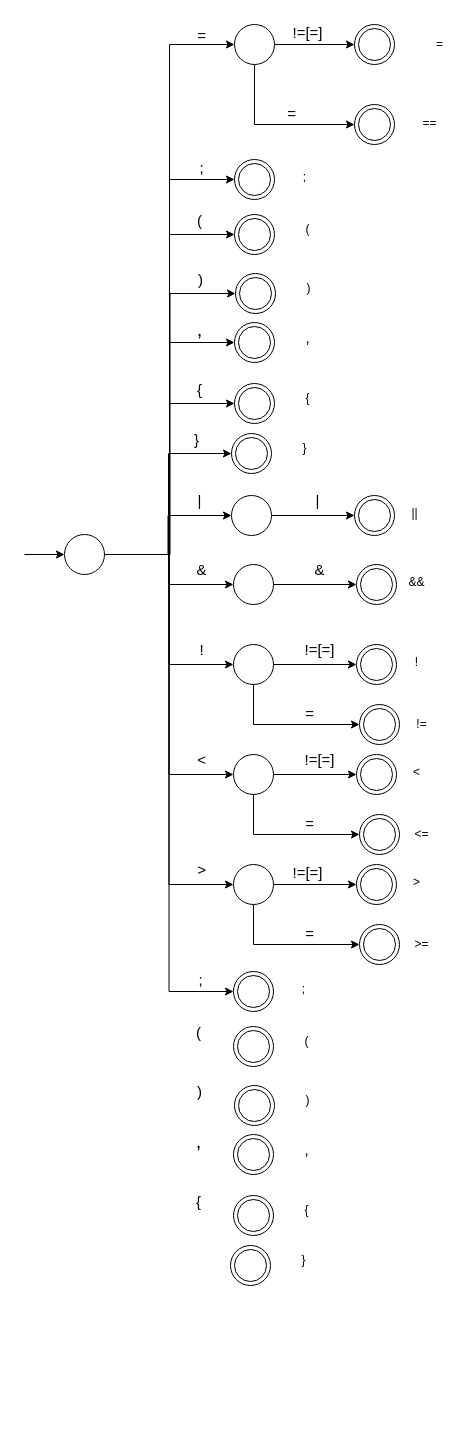
Earlier version of the draw.io diagram Documentos/AutomataLexico.drawio (AlejandroRdz29/Compiladores-AgoDic2025). Source tidied: cells renumbered, new cells numbered last; positions are measured from the earlier drawing's top-left corner, leaving out a move shared by most shapes. Both pictures are drawn from the tidied source at 100%, with x=0, y=0 at pixel (24, 17).
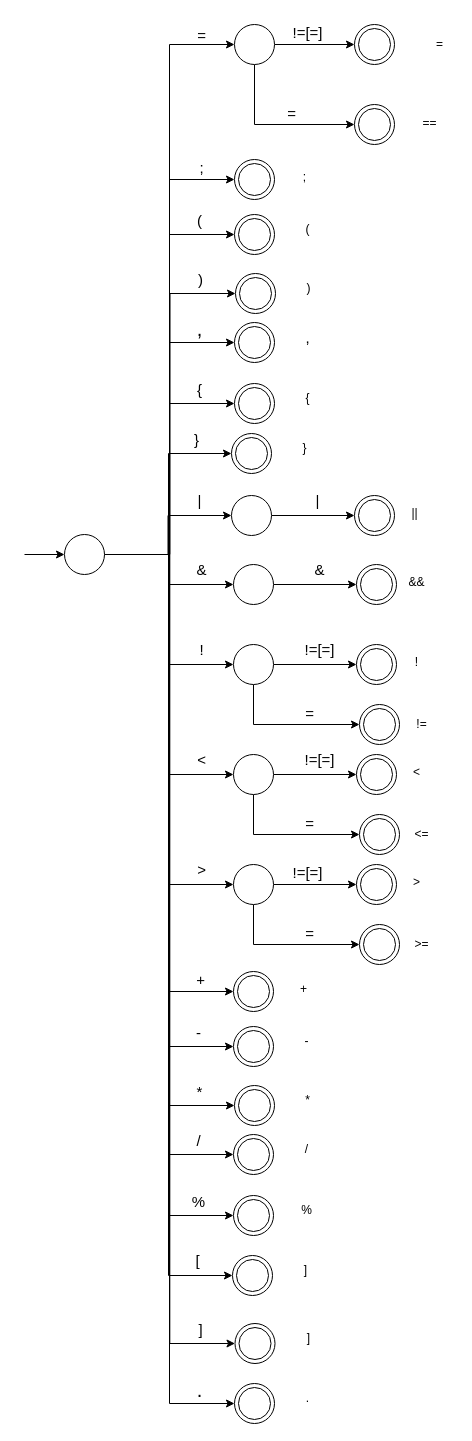
The same page after the edit.

Unchanged cells that the change refers to:
```xml
<mxCell id="15" style="shape=ellipse;html=1;dashed=0;whiteSpace=wrap;perimeter=ellipsePerimeter;" parent="1" vertex="1">
  <mxGeometry x="40" y="517" width="40" height="40" as="geometry" />
</mxCell>
<mxCell id="90" style="ellipse;shape=doubleEllipse;html=1;dashed=0;whiteSpace=wrap;" parent="1" vertex="1">
  <mxGeometry x="209" y="1009" width="40" height="40" as="geometry" />
</mxCell>
<mxCell id="93" style="ellipse;shape=doubleEllipse;html=1;dashed=0;whiteSpace=wrap;" parent="1" vertex="1">
  <mxGeometry x="210" y="1068" width="40" height="40" as="geometry" />
</mxCell>
<mxCell id="96" style="ellipse;shape=doubleEllipse;html=1;dashed=0;whiteSpace=wrap;" parent="1" vertex="1">
  <mxGeometry x="209" y="1117" width="40" height="40" as="geometry" />
</mxCell>
<mxCell id="99" style="ellipse;shape=doubleEllipse;html=1;dashed=0;whiteSpace=wrap;" parent="1" vertex="1">
  <mxGeometry x="209" y="1178" width="40" height="40" as="geometry" />
</mxCell>
```

Diff of the diagram source:
```diff
@@
+    <mxCell id="104" style="edgeStyle=orthogonalEdgeStyle;rounded=0;jettySize=auto;html=1;exitX=1;exitY=0.5;exitDx=0;exitDy=0;entryX=0;entryY=0.5;entryDx=0;entryDy=0;" parent="1" edge="1" source="15" target="90">
+      <mxGeometry relative="1" as="geometry" />
+    </mxCell>
+    <mxCell id="105" style="edgeStyle=orthogonalEdgeStyle;rounded=0;jettySize=auto;html=1;exitX=1;exitY=0.5;exitDx=0;exitDy=0;entryX=0;entryY=0.5;entryDx=0;entryDy=0;" parent="1" edge="1" source="15" target="93">
+      <mxGeometry relative="1" as="geometry" />
+    </mxCell>
+    <mxCell id="106" style="edgeStyle=orthogonalEdgeStyle;rounded=0;jettySize=auto;html=1;exitX=1;exitY=0.5;exitDx=0;exitDy=0;entryX=0;entryY=0.5;entryDx=0;entryDy=0;" parent="1" edge="1" source="15" target="96">
+      <mxGeometry relative="1" as="geometry" />
+    </mxCell>
+    <mxCell id="107" style="edgeStyle=orthogonalEdgeStyle;rounded=0;jettySize=auto;html=1;exitX=1;exitY=0.5;exitDx=0;exitDy=0;entryX=0;entryY=0.5;entryDx=0;entryDy=0;" parent="1" edge="1" source="15" target="99">
+      <mxGeometry relative="1" as="geometry" />
+    </mxCell>
+    <mxCell id="108" style="edgeStyle=orthogonalEdgeStyle;rounded=0;jettySize=auto;html=1;exitX=1;exitY=0.5;exitDx=0;exitDy=0;entryX=0;entryY=0.5;entryDx=0;entryDy=0;" parent="1" edge="1" source="15" target="102">
+      <mxGeometry relative="1" as="geometry" />
+    </mxCell>
+    <mxCell id="109" style="edgeStyle=orthogonalEdgeStyle;rounded=0;jettySize=auto;html=1;exitX=1;exitY=0.5;exitDx=0;exitDy=0;entryX=0;entryY=0.5;entryDx=0;entryDy=0;" parent="1" edge="1" source="15" target="112">
+      <mxGeometry relative="1" as="geometry" />
+    </mxCell>
+    <mxCell id="110" style="edgeStyle=orthogonalEdgeStyle;rounded=0;jettySize=auto;html=1;exitX=1;exitY=0.5;exitDx=0;exitDy=0;entryX=0;entryY=0.5;entryDx=0;entryDy=0;" parent="1" edge="1" source="15" target="115">
+      <mxGeometry relative="1" as="geometry" />
+    </mxCell>
@@
-    <mxCell id="88" value=";" style="text;html=1;align=center;verticalAlign=middle;strokeColor=none;fillColor=none;fontSize=15;" parent="1" vertex="1">
+    <mxCell id="88" value="+" style="text;html=1;align=center;verticalAlign=middle;strokeColor=none;fillColor=none;fontSize=15;" parent="1" vertex="1">
       <mxGeometry x="161" y="947" width="30" height="30" as="geometry" />
     </mxCell>
-    <mxCell id="89" value=";" style="text;html=1;align=center;verticalAlign=middle;strokeColor=none;fillColor=none;" parent="1" vertex="1">
+    <mxCell id="89" value="+" style="text;html=1;align=center;verticalAlign=middle;strokeColor=none;fillColor=none;" parent="1" vertex="1">
       <mxGeometry x="264" y="957" width="30" height="30" as="geometry" />
     </mxCell>
@@
-    <mxCell id="91" value="(" style="text;html=1;align=center;verticalAlign=middle;strokeColor=none;fillColor=none;" parent="1" vertex="1">
+    <mxCell id="91" value="-" style="text;html=1;align=center;verticalAlign=middle;strokeColor=none;fillColor=none;" parent="1" vertex="1">
       <mxGeometry x="267" y="1009" width="30" height="30" as="geometry" />
     </mxCell>
-    <mxCell id="92" value="(" style="text;html=1;align=center;verticalAlign=middle;strokeColor=none;fillColor=none;fontSize=15;" parent="1" vertex="1">
+    <mxCell id="92" value="-" style="text;html=1;align=center;verticalAlign=middle;strokeColor=none;fillColor=none;fontSize=15;" parent="1" vertex="1">
       <mxGeometry x="159" y="1000" width="30" height="30" as="geometry" />
     </mxCell>
@@
-    <mxCell id="94" value=")" style="text;html=1;align=center;verticalAlign=middle;strokeColor=none;fillColor=none;" parent="1" vertex="1">
+    <mxCell id="94" value="*" style="text;html=1;align=center;verticalAlign=middle;strokeColor=none;fillColor=none;" parent="1" vertex="1">
       <mxGeometry x="268" y="1068" width="30" height="30" as="geometry" />
     </mxCell>
-    <mxCell id="95" value=")" style="text;html=1;align=center;verticalAlign=middle;strokeColor=none;fillColor=none;fontSize=15;" parent="1" vertex="1">
+    <mxCell id="95" value="*" style="text;html=1;align=center;verticalAlign=middle;strokeColor=none;fillColor=none;fontSize=15;" parent="1" vertex="1">
       <mxGeometry x="160" y="1059" width="30" height="30" as="geometry" />
     </mxCell>
@@
-    <mxCell id="97" value="&lt;font style=&quot;font-size: 15px;&quot;&gt;,&lt;/font&gt;" style="text;html=1;align=center;verticalAlign=middle;strokeColor=none;fillColor=none;" parent="1" vertex="1">
+    <mxCell id="97" value="/" style="text;html=1;align=center;verticalAlign=middle;strokeColor=none;fillColor=none;" parent="1" vertex="1">
       <mxGeometry x="267" y="1117" width="30" height="30" as="geometry" />
     </mxCell>
-    <mxCell id="98" value="&lt;font style=&quot;font-size: 20px;&quot;&gt;,&lt;/font&gt;" style="text;html=1;align=center;verticalAlign=middle;strokeColor=none;fillColor=none;fontSize=15;" parent="1" vertex="1">
-      <mxGeometry x="159" y="1103" width="30" height="40" as="geometry" />
+    <mxCell id="98" value="/" style="text;html=1;align=center;verticalAlign=middle;strokeColor=none;fillColor=none;fontSize=15;" parent="1" vertex="1">
+      <mxGeometry x="159" y="1108" width="30" height="30" as="geometry" />
     </mxCell>
@@
-    <mxCell id="100" value="{" style="text;html=1;align=center;verticalAlign=middle;strokeColor=none;fillColor=none;" parent="1" vertex="1">
+    <mxCell id="100" value="%" style="text;html=1;align=center;verticalAlign=middle;strokeColor=none;fillColor=none;" parent="1" vertex="1">
       <mxGeometry x="267" y="1178" width="30" height="30" as="geometry" />
     </mxCell>
-    <mxCell id="101" value="{" style="text;html=1;align=center;verticalAlign=middle;strokeColor=none;fillColor=none;fontSize=15;" parent="1" vertex="1">
-      <mxGeometry x="159" y="1169" width="30" height="30" as="geometry" />
+    <mxCell id="101" value="%" style="text;html=1;align=center;verticalAlign=middle;strokeColor=none;fillColor=none;fontSize=15;" parent="1" vertex="1">
+      <mxGeometry x="154" y="1169" width="40" height="30" as="geometry" />
     </mxCell>
     <mxCell id="102" style="ellipse;shape=doubleEllipse;html=1;dashed=0;whiteSpace=wrap;" parent="1" vertex="1">
-      <mxGeometry x="206" y="1228" width="40" height="40" as="geometry" />
+      <mxGeometry x="208" y="1238" width="40" height="40" as="geometry" />
     </mxCell>
-    <mxCell id="103" value="}" style="text;html=1;align=center;verticalAlign=middle;strokeColor=none;fillColor=none;" parent="1" vertex="1">
-      <mxGeometry x="264" y="1228" width="30" height="30" as="geometry" />
+    <mxCell id="103" value="]" style="text;html=1;align=center;verticalAlign=middle;strokeColor=none;fillColor=none;" parent="1" vertex="1">
+      <mxGeometry x="266" y="1238" width="30" height="30" as="geometry" />
     </mxCell>
+    <mxCell id="111" value="[" style="text;html=1;align=center;verticalAlign=middle;strokeColor=none;fillColor=none;fontSize=15;" parent="1" vertex="1">
+      <mxGeometry x="158" y="1228" width="30" height="30" as="geometry" />
+    </mxCell>
+    <mxCell id="112" style="ellipse;shape=doubleEllipse;html=1;dashed=0;whiteSpace=wrap;" parent="1" vertex="1">
+      <mxGeometry x="210.5" y="1306" width="40" height="40" as="geometry" />
+    </mxCell>
+    <mxCell id="113" value="]" style="text;html=1;align=center;verticalAlign=middle;strokeColor=none;fillColor=none;" parent="1" vertex="1">
+      <mxGeometry x="268.5" y="1306" width="30" height="30" as="geometry" />
+    </mxCell>
+    <mxCell id="114" value="]" style="text;html=1;align=center;verticalAlign=middle;strokeColor=none;fillColor=none;fontSize=15;" parent="1" vertex="1">
+      <mxGeometry x="160.5" y="1297" width="30" height="30" as="geometry" />
+    </mxCell>
+    <mxCell id="115" style="ellipse;shape=doubleEllipse;html=1;dashed=0;whiteSpace=wrap;" parent="1" vertex="1">
+      <mxGeometry x="210" y="1366" width="40" height="40" as="geometry" />
+    </mxCell>
+    <mxCell id="116" value="." style="text;html=1;align=center;verticalAlign=middle;strokeColor=none;fillColor=none;" parent="1" vertex="1">
+      <mxGeometry x="268" y="1366" width="30" height="30" as="geometry" />
+    </mxCell>
+    <mxCell id="117" value="." style="text;html=1;align=center;verticalAlign=middle;strokeColor=none;fillColor=none;fontSize=20;" parent="1" vertex="1">
+      <mxGeometry x="160" y="1352" width="30" height="40" as="geometry" />
+    </mxCell>
```
